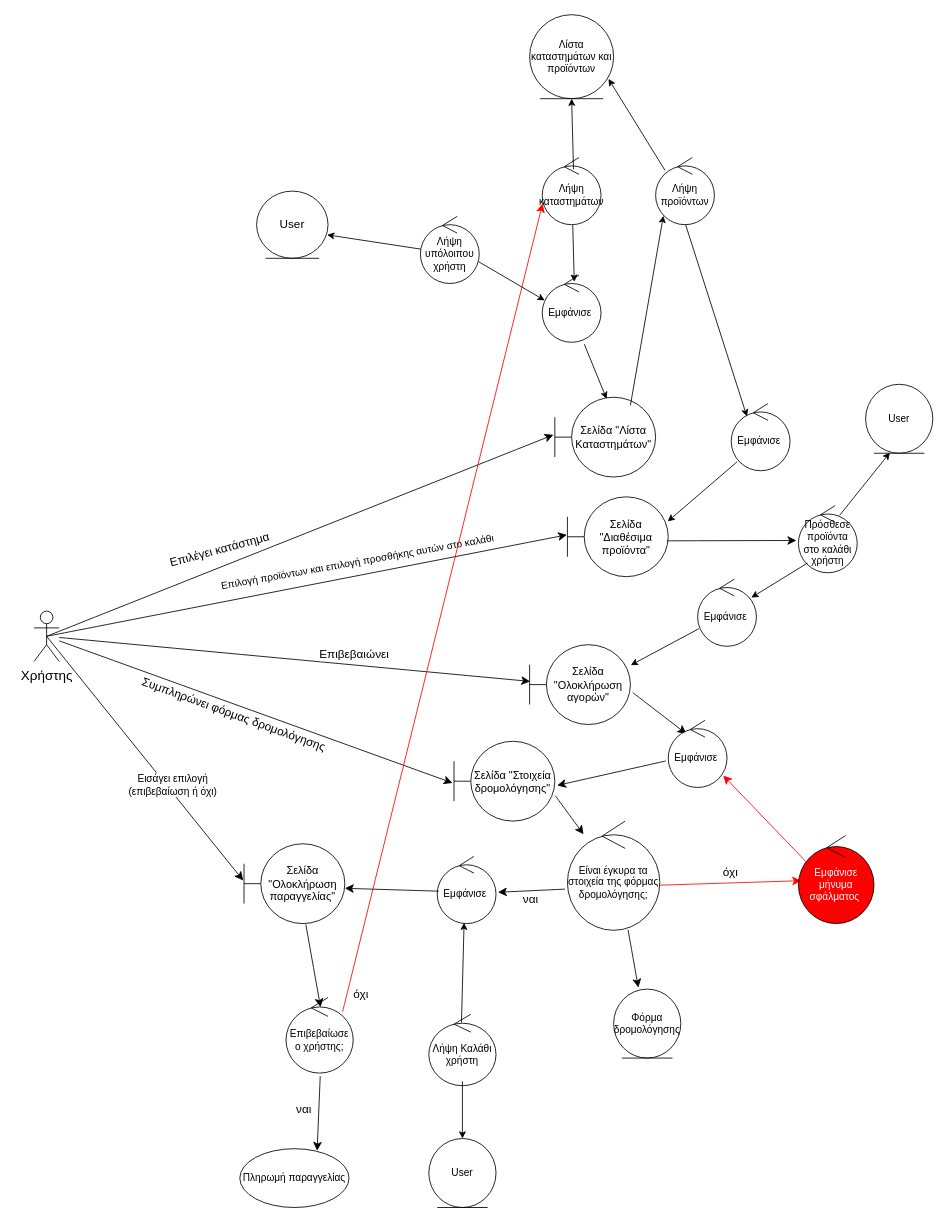
Dionkaps/Eu-Zin keeps this draw.io diagram as ΤΕΛΙΚΟ ΠΑΡΑΔΟΤΕΟ/Robustness_diag_v1.0/rd_αγορά_επαγγελματικού_εξ.drawio. Above is the earlier version. Source tidied: cells renumbered, new cells numbered last; positions are measured from the earlier drawing's top-left corner, leaving out a move shared by most shapes. Both pictures are drawn from the tidied source at 84%, with x=0, y=0 at pixel (34, 14).
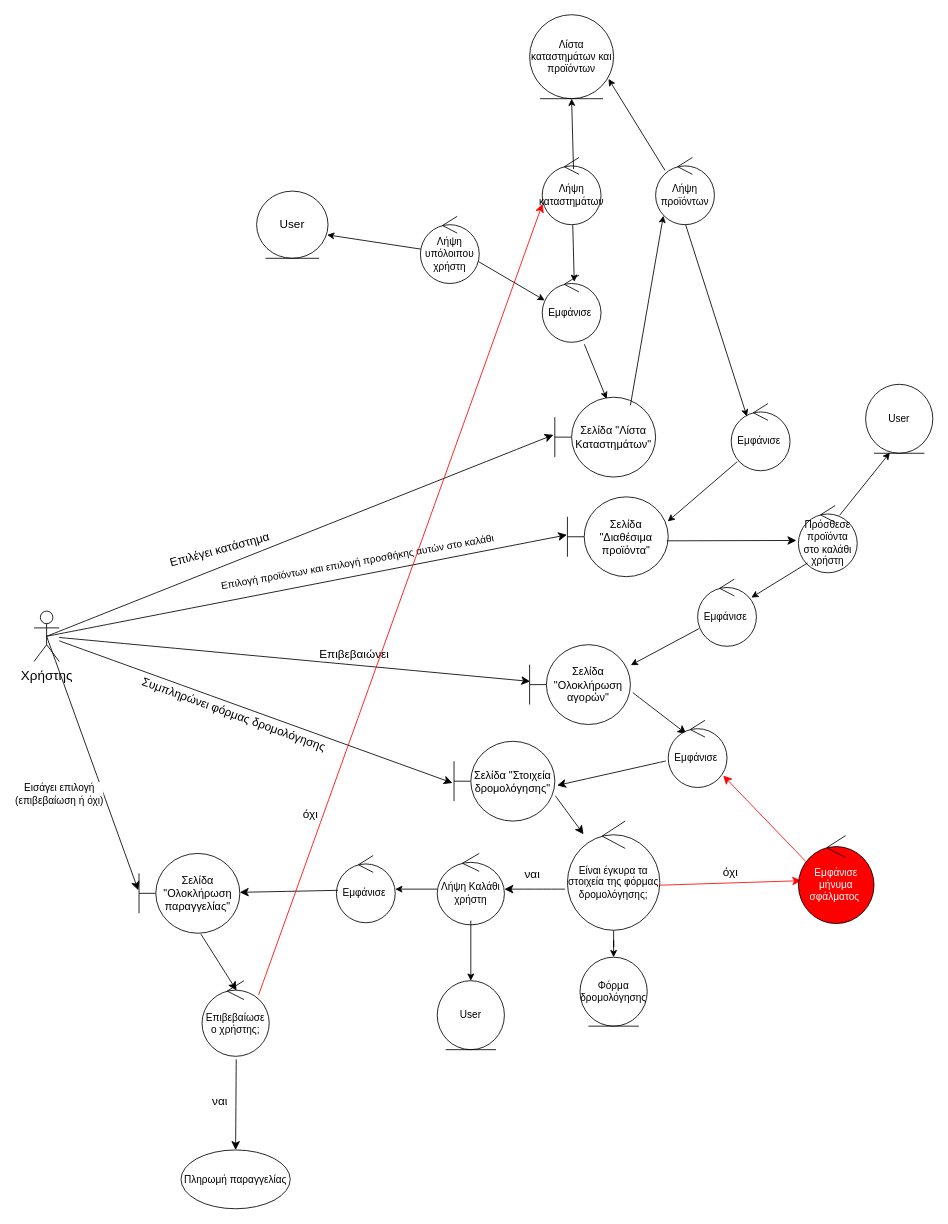
After the change.

Unchanged cells that the change refers to:
```xml
<mxCell id="31" value="Είναι έγκυρα τα στοιχεία της φόρμας δρομολόγησης;" style="ellipse;shape=umlControl;whiteSpace=wrap;html=1;strokeColor=#000000;fontColor=#000000;" parent="1" vertex="1">
  <mxGeometry x="635" y="960" width="110" height="130" as="geometry" />
</mxCell>
```

Diff of the diagram source:
```diff
@@
+    <mxCell id="57" style="edgeStyle=orthogonalEdgeStyle;rounded=0;jettySize=auto;html=1;" parent="1" edge="1" source="31" target="56">
+      <mxGeometry relative="1" as="geometry" />
+    </mxCell>
@@
-    <mxCell id="32" style="edgeStyle=none;curved=1;rounded=0;jettySize=auto;html=1;fontSize=12;startSize=8;endSize=8;strokeColor=#000000;exitX=-0.027;exitY=0.623;exitDx=0;exitDy=0;exitPerimeter=0;entryX=1.033;entryY=0.534;entryDx=0;entryDy=0;entryPerimeter=0;" parent="1" edge="1" source="31" target="34">
+    <mxCell id="32" style="edgeStyle=none;curved=1;rounded=0;jettySize=auto;html=1;fontSize=12;startSize=8;endSize=8;strokeColor=#000000;exitX=-0.027;exitY=0.623;exitDx=0;exitDy=0;exitPerimeter=0;" parent="1" edge="1" source="31" target="65">
       <mxGeometry relative="1" as="geometry" />
     </mxCell>
-    <mxCell id="33" value="&lt;font style=&quot;font-size: 14px;&quot;&gt;ναι&lt;br&gt;&lt;br&gt;&lt;/font&gt;" style="edgeLabel;html=1;align=center;verticalAlign=middle;fontColor=#000000;fontSize=14;" parent="1" vertex="1">
-      <mxGeometry x="590" y="1060" as="geometry" />
+    <mxCell id="33" value="&lt;font style=&quot;font-size: 14px;&quot;&gt;ναι&lt;br&gt;&lt;/font&gt;" style="edgeLabel;html=1;align=center;verticalAlign=middle;fontColor=#000000;fontSize=14;" parent="1" vertex="1">
+      <mxGeometry x="590" y="1050" as="geometry">
+        <mxPoint x="2" y="-28" as="offset" />
+      </mxGeometry>
     </mxCell>
     <mxCell id="34" value="&lt;font&gt;Εμφάνισε&amp;nbsp;&lt;/font&gt;" style="ellipse;shape=umlControl;whiteSpace=wrap;html=1;strokeColor=#000000;fontColor=#000000;" parent="1" vertex="1">
-      <mxGeometry x="480" y="1002" width="70" height="80" as="geometry" />
+      <mxGeometry x="360" y="1001" width="70" height="80" as="geometry" />
     </mxCell>
     <mxCell id="35" value="Σελίδα &quot;Ολοκλήρωση παραγγελίας&quot;" style="shape=umlBoundary;whiteSpace=wrap;html=1;strokeColor=#000000;fontColor=#000000;fontSize=13;" parent="1" vertex="1">
-      <mxGeometry x="250" y="987" width="120" height="95" as="geometry" />
+      <mxGeometry x="125" y="998.5" width="120" height="95" as="geometry" />
     </mxCell>
-    <mxCell id="36" style="edgeStyle=none;curved=1;rounded=0;jettySize=auto;html=1;fontSize=12;startSize=8;endSize=8;strokeColor=#000000;exitX=0.025;exitY=0.518;exitDx=0;exitDy=0;exitPerimeter=0;" parent="1" edge="1" source="34">
-      <mxGeometry relative="1" as="geometry">
-        <mxPoint x="370" y="1040" as="targetPoint" />
-      </mxGeometry>
+    <mxCell id="36" style="edgeStyle=none;curved=1;rounded=0;jettySize=auto;html=1;fontSize=12;startSize=8;endSize=8;strokeColor=#000000;exitX=0.025;exitY=0.518;exitDx=0;exitDy=0;exitPerimeter=0;" parent="1" edge="1" source="34" target="35">
+      <mxGeometry relative="1" as="geometry" />
     </mxCell>
@@
     <mxCell id="40" value="User" style="ellipse;shape=umlEntity;whiteSpace=wrap;html=1;fontColor=#000000;strokeColor=#000000;" parent="1" vertex="1">
-      <mxGeometry x="470" y="1337.9" width="80" height="82.1" as="geometry" />
+      <mxGeometry x="480" y="1150" width="80" height="82.1" as="geometry" />
     </mxCell>
-    <mxCell id="41" style="rounded=0;jettySize=auto;html=1;fillColor=#FF0000;strokeColor=#000000;fontColor=#000000;entryX=0.457;entryY=0.988;entryDx=0;entryDy=0;entryPerimeter=0;exitX=0.486;exitY=0.115;exitDx=0;exitDy=0;exitPerimeter=0;" parent="1" edge="1" source="65" target="34">
-      <mxGeometry relative="1" as="geometry" />
-    </mxCell>
@@
     <mxCell id="43" value="&lt;font style=&quot;font-size: 12px;&quot;&gt;Εισάγει επιλογή&lt;br style=&quot;font-size: 12px;&quot;&gt;(επιβεβαίωση ή όχι)&lt;br style=&quot;font-size: 12px;&quot;&gt;&lt;/font&gt;" style="edgeLabel;html=1;align=center;verticalAlign=middle;fontSize=12;rotation=0;fontColor=#000000;" parent="1" vertex="1">
-      <mxGeometry x="340" y="1340" as="geometry">
+      <mxGeometry x="205" y="1351.5" as="geometry">
         <mxPoint x="-176" y="-424" as="offset" />
       </mxGeometry>
     </mxCell>
     <mxCell id="44" value="&lt;font&gt;Επιβεβαίωσε ο χρήστης;&lt;/font&gt;" style="ellipse;shape=umlControl;whiteSpace=wrap;html=1;strokeColor=#000000;fontColor=#000000;" parent="1" vertex="1">
-      <mxGeometry x="300" y="1170" width="80" height="90" as="geometry" />
+      <mxGeometry x="200" y="1150" width="80" height="90" as="geometry" />
     </mxCell>
-    <mxCell id="45" style="edgeStyle=none;curved=1;rounded=0;jettySize=auto;html=1;fontSize=12;startSize=8;endSize=8;strokeColor=#000000;exitX=0.509;exitY=1.04;exitDx=0;exitDy=0;exitPerimeter=0;entryX=0.708;entryY=0.035;entryDx=0;entryDy=0;entryPerimeter=0;" parent="1" edge="1" source="44" target="47">
+    <mxCell id="45" style="edgeStyle=none;curved=1;rounded=0;jettySize=auto;html=1;fontSize=12;startSize=8;endSize=8;strokeColor=#000000;exitX=0.509;exitY=1.04;exitDx=0;exitDy=0;exitPerimeter=0;" parent="1" edge="1" source="44" target="47">
       <mxGeometry relative="1" as="geometry" />
     </mxCell>
     <mxCell id="46" value="&lt;font style=&quot;font-size: 14px;&quot;&gt;ναι&lt;br&gt;&lt;br&gt;&lt;/font&gt;" style="edgeLabel;html=1;align=center;verticalAlign=middle;fontColor=#000000;fontSize=14;" parent="1" vertex="1">
-      <mxGeometry x="320" y="1310" as="geometry" />
+      <mxGeometry x="220" y="1300" as="geometry" />
     </mxCell>
     <mxCell id="47" value="Πληρωμή παραγγελίας" style="ellipse;whiteSpace=wrap;html=1;" parent="1" vertex="1">
-      <mxGeometry x="245" y="1350" width="130" height="70" as="geometry" />
+      <mxGeometry x="175" y="1351.5" width="130" height="70" as="geometry" />
     </mxCell>
@@
     <mxCell id="53" value="&lt;font style=&quot;font-size: 14px;&quot;&gt;όχι&lt;br&gt;&lt;/font&gt;" style="edgeLabel;html=1;align=center;verticalAlign=middle;fontColor=#000000;fontSize=14;" parent="1" vertex="1">
-      <mxGeometry x="160" y="1215" as="geometry">
+      <mxGeometry x="100" y="1001" as="geometry">
         <mxPoint x="228" y="-50" as="offset" />
       </mxGeometry>
     </mxCell>
@@
     <mxCell id="56" value="Φόρμα δρομολόγησης" style="ellipse;shape=umlEntity;whiteSpace=wrap;html=1;fontColor=#000000;strokeColor=#000000;" parent="1" vertex="1">
-      <mxGeometry x="690" y="1160" width="80" height="82.1" as="geometry" />
+      <mxGeometry x="650" y="1122" width="80" height="82.1" as="geometry" />
     </mxCell>
-    <mxCell id="57" style="edgeStyle=none;curved=1;rounded=0;jettySize=auto;html=1;fontSize=12;startSize=8;endSize=8;strokeColor=#000000;exitX=0.656;exitY=0.995;exitDx=0;exitDy=0;exitPerimeter=0;entryX=0.368;entryY=-0.022;entryDx=0;entryDy=0;entryPerimeter=0;" parent="1" edge="1" source="31" target="56">
-      <mxGeometry relative="1" as="geometry" />
-    </mxCell>
@@
+    <mxCell id="41" style="edgeStyle=orthogonalEdgeStyle;rounded=0;jettySize=auto;html=1;" parent="1" edge="1" source="65" target="34">
+      <mxGeometry relative="1" as="geometry" />
+    </mxCell>
     <mxCell id="65" value="&lt;font&gt;Λήψη Καλάθι χρήστη&lt;/font&gt;" style="ellipse;shape=umlControl;whiteSpace=wrap;html=1;strokeColor=#000000;fontColor=#000000;" parent="1" vertex="1">
-      <mxGeometry x="470" y="1190" width="80" height="85" as="geometry" />
+      <mxGeometry x="480" y="998.5" width="80" height="85" as="geometry" />
     </mxCell>
```
